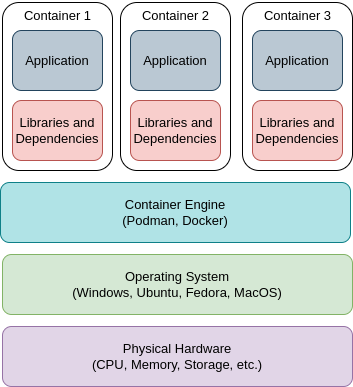
The draw.io diagram content/openshift/containers/containerized_deployment.png in bovem/bovem.github.io, before a commit. Source tidied: cells renumbered, new cells last; positions are measured from the earlier drawing's top-left corner, leaving out a move shared by most shapes. Source of this version:
```xml
<mxGraphModel>
  <root>
    <mxCell id="0" />
    <mxCell id="1" parent="0" />
    <mxCell id="2" value="Container Engine&lt;br&gt;(Podman, Docker)" style="rounded=1;whiteSpace=wrap;html=1;fillColor=#b0e3e6;strokeColor=#0e8088;fontSize=13;" parent="1" vertex="1">
      <mxGeometry y="182" width="350" height="60" as="geometry" />
    </mxCell>
    <mxCell id="3" value="Physical Hardware&lt;br&gt;(CPU, Memory, Storage, etc.)" style="rounded=1;whiteSpace=wrap;html=1;fillColor=#e1d5e7;strokeColor=#9673a6;fontSize=13;" parent="1" vertex="1">
      <mxGeometry x="2" y="326" width="350" height="60" as="geometry" />
    </mxCell>
    <mxCell id="4" value="Operating System&lt;br&gt;(Windows, Ubuntu, Fedora, MacOS)" style="rounded=1;whiteSpace=wrap;html=1;fillColor=#d5e8d4;strokeColor=#82b366;fontSize=13;" parent="1" vertex="1">
      <mxGeometry x="2" y="254" width="350" height="60" as="geometry" />
    </mxCell>
    <mxCell id="5" style="rounded=1;whiteSpace=wrap;html=1;fontSize=13;" parent="1" vertex="1">
      <mxGeometry x="2" y="2" width="110" height="168" as="geometry" />
    </mxCell>
    <mxCell id="6" value="Container 1" style="text;html=1;strokeColor=none;fillColor=none;align=center;verticalAlign=middle;whiteSpace=wrap;rounded=0;fontSize=13;" parent="1" vertex="1">
      <mxGeometry x="14.5" width="85" height="30" as="geometry" />
    </mxCell>
    <mxCell id="7" value="Libraries and Dependencies" style="rounded=1;whiteSpace=wrap;html=1;fillColor=#f8cecc;strokeColor=#b85450;fontSize=13;" parent="1" vertex="1">
      <mxGeometry x="12" y="100" width="90" height="60" as="geometry" />
    </mxCell>
    <mxCell id="8" value="Application" style="rounded=1;whiteSpace=wrap;html=1;fillColor=#bac8d3;strokeColor=#23445d;fontSize=13;" parent="1" vertex="1">
      <mxGeometry x="12" y="30" width="90" height="60" as="geometry" />
    </mxCell>
    <mxCell id="9" style="rounded=1;whiteSpace=wrap;html=1;fontSize=13;" parent="1" vertex="1">
      <mxGeometry x="120" y="2" width="110" height="168" as="geometry" />
    </mxCell>
    <mxCell id="10" value="Container 2" style="text;html=1;strokeColor=none;fillColor=none;align=center;verticalAlign=middle;whiteSpace=wrap;rounded=0;fontSize=13;" parent="1" vertex="1">
      <mxGeometry x="132.5" width="85" height="30" as="geometry" />
    </mxCell>
    <mxCell id="11" value="Libraries and Dependencies" style="rounded=1;whiteSpace=wrap;html=1;fillColor=#f8cecc;strokeColor=#b85450;fontSize=13;" parent="1" vertex="1">
      <mxGeometry x="130" y="100" width="90" height="60" as="geometry" />
    </mxCell>
    <mxCell id="12" value="Application" style="rounded=1;whiteSpace=wrap;html=1;fillColor=#bac8d3;strokeColor=#23445d;fontSize=13;" parent="1" vertex="1">
      <mxGeometry x="130" y="30" width="90" height="60" as="geometry" />
    </mxCell>
    <mxCell id="13" style="rounded=1;whiteSpace=wrap;html=1;fontSize=13;" parent="1" vertex="1">
      <mxGeometry x="242" y="2" width="110" height="168" as="geometry" />
    </mxCell>
    <mxCell id="14" value="Container 3" style="text;html=1;strokeColor=none;fillColor=none;align=center;verticalAlign=middle;whiteSpace=wrap;rounded=0;fontSize=13;" parent="1" vertex="1">
      <mxGeometry x="254.5" width="85" height="30" as="geometry" />
    </mxCell>
    <mxCell id="15" value="Libraries and Dependencies" style="rounded=1;whiteSpace=wrap;html=1;fillColor=#f8cecc;strokeColor=#b85450;fontSize=13;" parent="1" vertex="1">
      <mxGeometry x="252" y="100" width="90" height="60" as="geometry" />
    </mxCell>
    <mxCell id="16" value="Application" style="rounded=1;whiteSpace=wrap;html=1;fillColor=#bac8d3;strokeColor=#23445d;fontSize=13;" parent="1" vertex="1">
      <mxGeometry x="252" y="30" width="90" height="60" as="geometry" />
    </mxCell>
  </root>
</mxGraphModel>
```
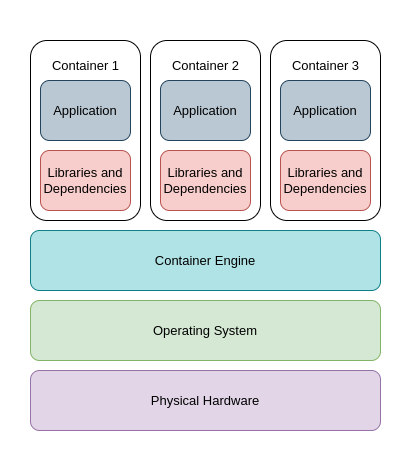
Above is the later version.

Diff of the diagram source:
```diff
@@ -2,50 +2,53 @@
   <root>
     <mxCell id="0" />
     <mxCell id="1" parent="0" />
-    <mxCell id="2" value="Container Engine&lt;br&gt;(Podman, Docker)" style="rounded=1;whiteSpace=wrap;html=1;fillColor=#b0e3e6;strokeColor=#0e8088;fontSize=13;" parent="1" vertex="1">
-      <mxGeometry y="182" width="350" height="60" as="geometry" />
+    <mxCell id="2" style="rounded=1;whiteSpace=wrap;html=1;strokeColor=none;fontFamily=Lucida Console;fontSize=20;" parent="1" vertex="1">
+      <mxGeometry x="-149" y="8" width="410" height="460" as="geometry" />
     </mxCell>
-    <mxCell id="3" value="Physical Hardware&lt;br&gt;(CPU, Memory, Storage, etc.)" style="rounded=1;whiteSpace=wrap;html=1;fillColor=#e1d5e7;strokeColor=#9673a6;fontSize=13;" parent="1" vertex="1">
-      <mxGeometry x="2" y="326" width="350" height="60" as="geometry" />
+    <mxCell id="3" value="Physical Hardware" style="rounded=1;whiteSpace=wrap;html=1;fillColor=#e1d5e7;strokeColor=#9673a6;fontSize=13;" parent="1" vertex="1">
+      <mxGeometry x="-119" y="378" width="350" height="60" as="geometry" />
     </mxCell>
-    <mxCell id="4" value="Operating System&lt;br&gt;(Windows, Ubuntu, Fedora, MacOS)" style="rounded=1;whiteSpace=wrap;html=1;fillColor=#d5e8d4;strokeColor=#82b366;fontSize=13;" parent="1" vertex="1">
-      <mxGeometry x="2" y="254" width="350" height="60" as="geometry" />
+    <mxCell id="4" value="Operating System" style="rounded=1;whiteSpace=wrap;html=1;fillColor=#d5e8d4;strokeColor=#82b366;fontSize=13;" parent="1" vertex="1">
+      <mxGeometry x="-119" y="308" width="350" height="60" as="geometry" />
     </mxCell>
-    <mxCell id="5" style="rounded=1;whiteSpace=wrap;html=1;fontSize=13;" parent="1" vertex="1">
-      <mxGeometry x="2" y="2" width="110" height="168" as="geometry" />
+    <mxCell id="5" value="Container Engine" style="rounded=1;whiteSpace=wrap;html=1;fillColor=#b0e3e6;strokeColor=#0e8088;fontSize=13;" parent="1" vertex="1">
+      <mxGeometry x="-119" y="238" width="350" height="60" as="geometry" />
     </mxCell>
-    <mxCell id="6" value="Container 1" style="text;html=1;strokeColor=none;fillColor=none;align=center;verticalAlign=middle;whiteSpace=wrap;rounded=0;fontSize=13;" parent="1" vertex="1">
-      <mxGeometry x="14.5" width="85" height="30" as="geometry" />
+    <mxCell id="6" style="rounded=1;whiteSpace=wrap;html=1;fontSize=13;" parent="1" vertex="1">
+      <mxGeometry x="-119" y="48" width="110" height="180" as="geometry" />
     </mxCell>
-    <mxCell id="7" value="Libraries and Dependencies" style="rounded=1;whiteSpace=wrap;html=1;fillColor=#f8cecc;strokeColor=#b85450;fontSize=13;" parent="1" vertex="1">
-      <mxGeometry x="12" y="100" width="90" height="60" as="geometry" />
+    <mxCell id="7" value="Container 1" style="text;html=1;strokeColor=none;fillColor=none;align=center;verticalAlign=middle;whiteSpace=wrap;rounded=0;fontSize=13;" parent="1" vertex="1">
+      <mxGeometry x="-106.5" y="58" width="85" height="30" as="geometry" />
     </mxCell>
-    <mxCell id="8" value="Application" style="rounded=1;whiteSpace=wrap;html=1;fillColor=#bac8d3;strokeColor=#23445d;fontSize=13;" parent="1" vertex="1">
-      <mxGeometry x="12" y="30" width="90" height="60" as="geometry" />
+    <mxCell id="8" value="Libraries and Dependencies" style="rounded=1;whiteSpace=wrap;html=1;fillColor=#f8cecc;strokeColor=#b85450;fontSize=13;" parent="1" vertex="1">
+      <mxGeometry x="-109" y="158" width="90" height="60" as="geometry" />
     </mxCell>
-    <mxCell id="9" style="rounded=1;whiteSpace=wrap;html=1;fontSize=13;" parent="1" vertex="1">
-      <mxGeometry x="120" y="2" width="110" height="168" as="geometry" />
+    <mxCell id="9" value="Application" style="rounded=1;whiteSpace=wrap;html=1;fillColor=#bac8d3;strokeColor=#23445d;fontSize=13;" parent="1" vertex="1">
+      <mxGeometry x="-109" y="88" width="90" height="60" as="geometry" />
     </mxCell>
-    <mxCell id="10" value="Container 2" style="text;html=1;strokeColor=none;fillColor=none;align=center;verticalAlign=middle;whiteSpace=wrap;rounded=0;fontSize=13;" parent="1" vertex="1">
-      <mxGeometry x="132.5" width="85" height="30" as="geometry" />
+    <mxCell id="10" style="rounded=1;whiteSpace=wrap;html=1;fontSize=13;" parent="1" vertex="1">
+      <mxGeometry x="1" y="48" width="110" height="180" as="geometry" />
     </mxCell>
-    <mxCell id="11" value="Libraries and Dependencies" style="rounded=1;whiteSpace=wrap;html=1;fillColor=#f8cecc;strokeColor=#b85450;fontSize=13;" parent="1" vertex="1">
-      <mxGeometry x="130" y="100" width="90" height="60" as="geometry" />
+    <mxCell id="11" value="Container 2" style="text;html=1;strokeColor=none;fillColor=none;align=center;verticalAlign=middle;whiteSpace=wrap;rounded=0;fontSize=13;" parent="1" vertex="1">
+      <mxGeometry x="13.5" y="58" width="85" height="30" as="geometry" />
     </mxCell>
-    <mxCell id="12" value="Application" style="rounded=1;whiteSpace=wrap;html=1;fillColor=#bac8d3;strokeColor=#23445d;fontSize=13;" parent="1" vertex="1">
-      <mxGeometry x="130" y="30" width="90" height="60" as="geometry" />
+    <mxCell id="12" value="Libraries and Dependencies" style="rounded=1;whiteSpace=wrap;html=1;fillColor=#f8cecc;strokeColor=#b85450;fontSize=13;" parent="1" vertex="1">
+      <mxGeometry x="11" y="158" width="90" height="60" as="geometry" />
     </mxCell>
-    <mxCell id="13" style="rounded=1;whiteSpace=wrap;html=1;fontSize=13;" parent="1" vertex="1">
-      <mxGeometry x="242" y="2" width="110" height="168" as="geometry" />
+    <mxCell id="13" value="Application" style="rounded=1;whiteSpace=wrap;html=1;fillColor=#bac8d3;strokeColor=#23445d;fontSize=13;" parent="1" vertex="1">
+      <mxGeometry x="11" y="88" width="90" height="60" as="geometry" />
     </mxCell>
-    <mxCell id="14" value="Container 3" style="text;html=1;strokeColor=none;fillColor=none;align=center;verticalAlign=middle;whiteSpace=wrap;rounded=0;fontSize=13;" parent="1" vertex="1">
-      <mxGeometry x="254.5" width="85" height="30" as="geometry" />
+    <mxCell id="14" style="rounded=1;whiteSpace=wrap;html=1;fontSize=13;" parent="1" vertex="1">
+      <mxGeometry x="121" y="48" width="110" height="180" as="geometry" />
     </mxCell>
-    <mxCell id="15" value="Libraries and Dependencies" style="rounded=1;whiteSpace=wrap;html=1;fillColor=#f8cecc;strokeColor=#b85450;fontSize=13;" parent="1" vertex="1">
-      <mxGeometry x="252" y="100" width="90" height="60" as="geometry" />
+    <mxCell id="15" value="Container 3" style="text;html=1;strokeColor=none;fillColor=none;align=center;verticalAlign=middle;whiteSpace=wrap;rounded=0;fontSize=13;" parent="1" vertex="1">
+      <mxGeometry x="133.5" y="58" width="85" height="30" as="geometry" />
     </mxCell>
-    <mxCell id="16" value="Application" style="rounded=1;whiteSpace=wrap;html=1;fillColor=#bac8d3;strokeColor=#23445d;fontSize=13;" parent="1" vertex="1">
-      <mxGeometry x="252" y="30" width="90" height="60" as="geometry" />
+    <mxCell id="16" value="Libraries and Dependencies" style="rounded=1;whiteSpace=wrap;html=1;fillColor=#f8cecc;strokeColor=#b85450;fontSize=13;" parent="1" vertex="1">
+      <mxGeometry x="131" y="158" width="90" height="60" as="geometry" />
     </mxCell>
+    <mxCell id="17" value="Application" style="rounded=1;whiteSpace=wrap;html=1;fillColor=#bac8d3;strokeColor=#23445d;fontSize=13;" parent="1" vertex="1">
+      <mxGeometry x="131" y="88" width="90" height="60" as="geometry" />
+    </mxCell>
   </root>
 </mxGraphModel>
```
